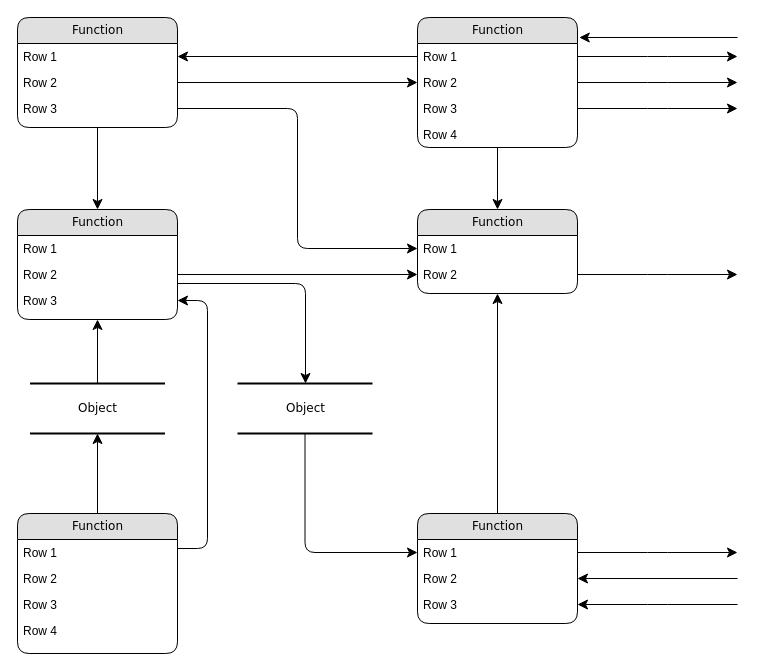
This is actions/Диаграмма без названия.drawio from yntymakdev/30github, a draw.io file, before an edit. Source tidied: cells renumbered, new cells numbered last; positions are measured from the earlier drawing's top-left corner, leaving out a move shared by most shapes. Both pictures are drawn from the tidied source at 100%, with x=0, y=0 at pixel (17, 17).
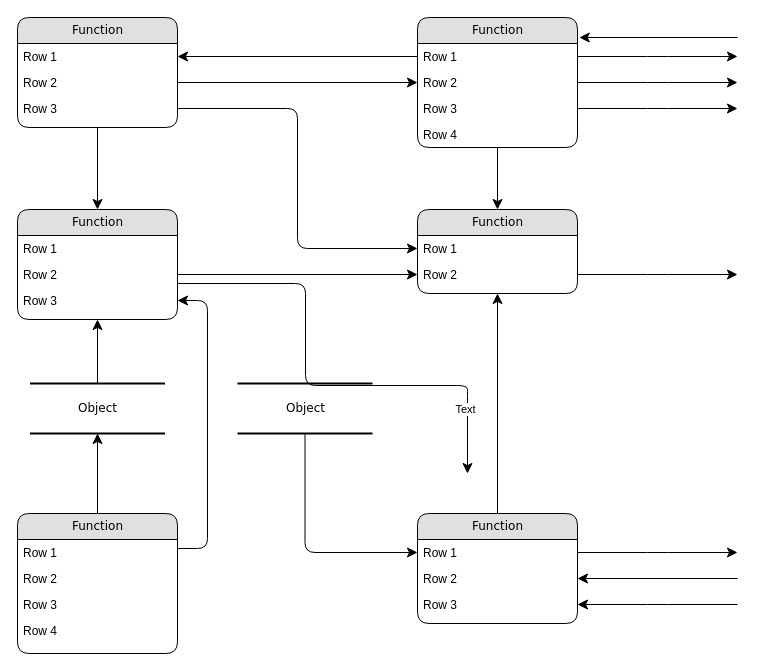
The same page after the edit.

The change refers to these unchanged cells:
```xml
<mxCell id="12" value="Function" style="swimlane;html=1;fontStyle=0;horizontal=1;startSize=26;fillColor=#e0e0e0;swimlaneFillColor=#ffffff;align=center;rounded=1;shadow=0;comic=0;labelBackgroundColor=none;strokeWidth=1;fontFamily=Verdana;fontSize=12;" parent="1" vertex="1">
  <mxGeometry y="192" width="160" height="110" as="geometry" />
</mxCell>
<mxCell id="28" value="Object" style="html=1;rounded=0;shadow=0;comic=0;labelBackgroundColor=none;strokeWidth=2;fontFamily=Verdana;fontSize=12;align=center;shape=mxgraph.ios7ui.horLines;" parent="1" vertex="1">
  <mxGeometry x="220" y="366" width="135" height="50" as="geometry" />
</mxCell>
```

What changed in the source:
```diff
@@
-    <mxCell id="33" style="edgeStyle=orthogonalEdgeStyle;html=1;labelBackgroundColor=none;startFill=0;startSize=8;endFill=1;endSize=8;fontFamily=Verdana;fontSize=12;" parent="1" edge="1" source="12" target="28">
+    <mxCell id="33" style="edgeStyle=orthogonalEdgeStyle;html=1;labelBackgroundColor=none;startFill=0;startSize=8;endFill=1;endSize=8;fontFamily=Verdana;fontSize=12;" parent="1" edge="1" source="12">
       <mxGeometry relative="1" as="geometry">
+        <mxPoint x="450" y="456" as="targetPoint" />
         <Array as="points">
           <mxPoint x="288" y="266" />
+          <mxPoint x="288" y="368" />
+          <mxPoint x="450" y="368" />
+          <mxPoint x="450" y="376" />
         </Array>
       </mxGeometry>
     </mxCell>
+    <mxCell id="49" value="Text" style="edgeLabel;html=1;align=center;verticalAlign=middle;" parent="33" vertex="1">
+      <mxGeometry x="0.73" y="-3" relative="1" as="geometry" />
+    </mxCell>
```
